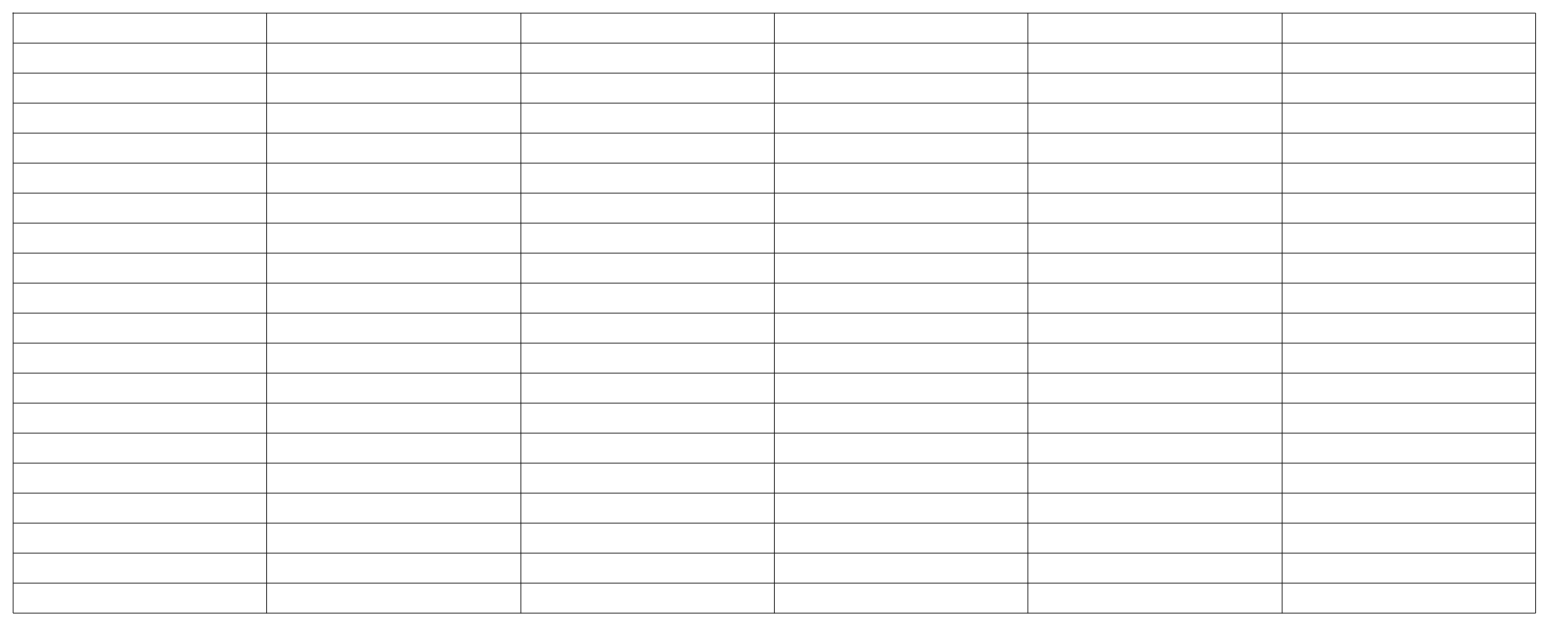
The draw.io diagram CodeCracking/BigO.drawio in tyk1hc/drawio, before the edit. Source tidied: cells renumbered, new cells numbered last; positions are measured from the earlier drawing's top-left corner, leaving out a move shared by most shapes. Both pictures are drawn from the tidied source at 75%, with x=0, y=0 at pixel (13, 13).
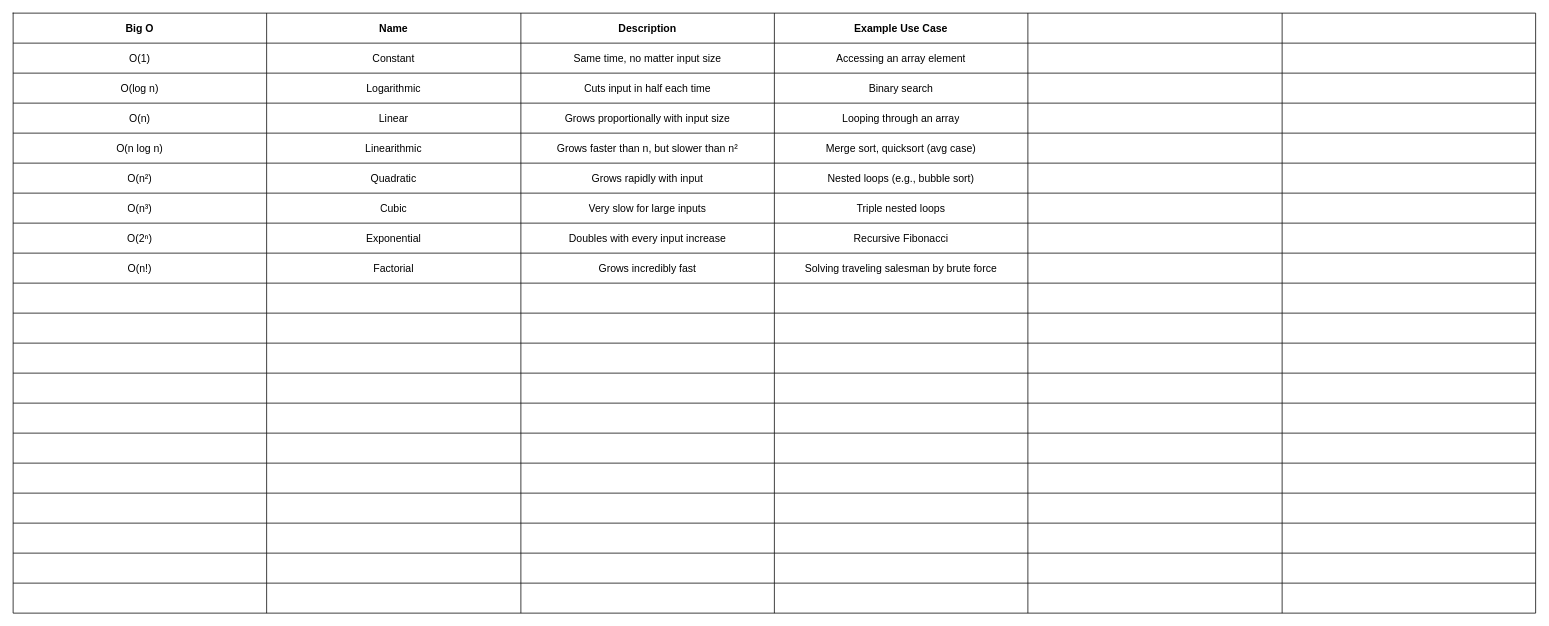
Above is the later version.

The change refers to these unchanged cells:
```xml
<mxCell id="3" style="shape=tableRow;horizontal=0;startSize=0;swimlaneHead=0;swimlaneBody=0;strokeColor=inherit;top=0;left=0;bottom=0;right=0;fillColor=none;" parent="2" vertex="1">
  <mxGeometry width="2030" height="40" as="geometry" />
</mxCell>
<mxCell id="10" style="shape=tableRow;horizontal=0;startSize=0;swimlaneHead=0;swimlaneBody=0;strokeColor=inherit;top=0;left=0;bottom=0;right=0;fillColor=none;" parent="2" vertex="1">
  <mxGeometry y="40" width="2030" height="40" as="geometry" />
</mxCell>
<mxCell id="17" style="shape=tableRow;horizontal=0;startSize=0;swimlaneHead=0;swimlaneBody=0;strokeColor=inherit;top=0;left=0;bottom=0;right=0;fillColor=none;" parent="2" vertex="1">
  <mxGeometry y="80" width="2030" height="40" as="geometry" />
</mxCell>
<mxCell id="24" style="shape=tableRow;horizontal=0;startSize=0;swimlaneHead=0;swimlaneBody=0;strokeColor=inherit;top=0;left=0;bottom=0;right=0;fillColor=none;" parent="2" vertex="1">
  <mxGeometry y="120" width="2030" height="40" as="geometry" />
</mxCell>
<mxCell id="31" style="shape=tableRow;horizontal=0;startSize=0;swimlaneHead=0;swimlaneBody=0;strokeColor=inherit;top=0;left=0;bottom=0;right=0;fillColor=none;" parent="2" vertex="1">
  <mxGeometry y="160" width="2030" height="40" as="geometry" />
</mxCell>
<mxCell id="38" style="shape=tableRow;horizontal=0;startSize=0;swimlaneHead=0;swimlaneBody=0;strokeColor=inherit;top=0;left=0;bottom=0;right=0;fillColor=none;" parent="2" vertex="1">
  <mxGeometry y="200" width="2030" height="40" as="geometry" />
</mxCell>
<mxCell id="45" style="shape=tableRow;horizontal=0;startSize=0;swimlaneHead=0;swimlaneBody=0;strokeColor=inherit;top=0;left=0;bottom=0;right=0;fillColor=none;" parent="2" vertex="1">
  <mxGeometry y="240" width="2030" height="40" as="geometry" />
</mxCell>
<mxCell id="52" style="shape=tableRow;horizontal=0;startSize=0;swimlaneHead=0;swimlaneBody=0;strokeColor=inherit;top=0;left=0;bottom=0;right=0;fillColor=none;" parent="2" vertex="1">
  <mxGeometry y="280" width="2030" height="40" as="geometry" />
</mxCell>
<mxCell id="59" style="shape=tableRow;horizontal=0;startSize=0;swimlaneHead=0;swimlaneBody=0;strokeColor=inherit;top=0;left=0;bottom=0;right=0;fillColor=none;" parent="2" vertex="1">
  <mxGeometry y="320" width="2030" height="40" as="geometry" />
</mxCell>
```

What changed in the source:
```diff
@@
-    <mxCell id="4" style="shape=partialRectangle;html=1;whiteSpace=wrap;strokeColor=inherit;overflow=hidden;fillColor=none;top=0;left=0;bottom=0;right=0;" parent="3" vertex="1">
+    <mxCell id="4" value="Big O" style="shape=partialRectangle;html=1;whiteSpace=wrap;strokeColor=inherit;overflow=hidden;fillColor=none;top=0;left=0;bottom=0;right=0;fontSize=14;fontStyle=1;" parent="3" vertex="1">
       <mxGeometry width="338" height="40" as="geometry" />
     </mxCell>
-    <mxCell id="5" style="shape=partialRectangle;html=1;whiteSpace=wrap;strokeColor=inherit;overflow=hidden;fillColor=none;top=0;left=0;bottom=0;right=0;" parent="3" vertex="1">
+    <mxCell id="5" value="Name" style="shape=partialRectangle;html=1;whiteSpace=wrap;strokeColor=inherit;overflow=hidden;fillColor=none;top=0;left=0;bottom=0;right=0;fontSize=14;fontStyle=1;" parent="3" vertex="1">
       <mxGeometry x="338" width="339" height="40" as="geometry" />
     </mxCell>
-    <mxCell id="6" style="shape=partialRectangle;html=1;whiteSpace=wrap;strokeColor=inherit;overflow=hidden;fillColor=none;top=0;left=0;bottom=0;right=0;" parent="3" vertex="1">
+    <mxCell id="6" value="Description" style="shape=partialRectangle;html=1;whiteSpace=wrap;strokeColor=inherit;overflow=hidden;fillColor=none;top=0;left=0;bottom=0;right=0;fontSize=14;fontStyle=1;" parent="3" vertex="1">
       <mxGeometry x="677" width="338" height="40" as="geometry" />
     </mxCell>
-    <mxCell id="7" style="shape=partialRectangle;html=1;whiteSpace=wrap;strokeColor=inherit;overflow=hidden;fillColor=none;top=0;left=0;bottom=0;right=0;" parent="3" vertex="1">
+    <mxCell id="7" value="Example Use Case" style="shape=partialRectangle;html=1;whiteSpace=wrap;strokeColor=inherit;overflow=hidden;fillColor=none;top=0;left=0;bottom=0;right=0;fontSize=14;fontStyle=1;" parent="3" vertex="1">
       <mxGeometry x="1015" width="338" height="40" as="geometry" />
     </mxCell>
-    <mxCell id="8" style="shape=partialRectangle;html=1;whiteSpace=wrap;strokeColor=inherit;overflow=hidden;fillColor=none;top=0;left=0;bottom=0;right=0;" parent="3" vertex="1">
+    <mxCell id="8" style="shape=partialRectangle;html=1;whiteSpace=wrap;strokeColor=inherit;overflow=hidden;fillColor=none;top=0;left=0;bottom=0;right=0;fontSize=14;fontStyle=1;" parent="3" vertex="1">
       <mxGeometry x="1353" width="339" height="40" as="geometry" />
     </mxCell>
@@
-    <mxCell id="11" style="shape=partialRectangle;html=1;whiteSpace=wrap;strokeColor=inherit;overflow=hidden;fillColor=none;top=0;left=0;bottom=0;right=0;" parent="10" vertex="1">
+    <mxCell id="11" value="O(1)" style="shape=partialRectangle;html=1;whiteSpace=wrap;strokeColor=inherit;overflow=hidden;fillColor=none;top=0;left=0;bottom=0;right=0;fontSize=14;" parent="10" vertex="1">
       <mxGeometry width="338" height="40" as="geometry" />
     </mxCell>
-    <mxCell id="12" style="shape=partialRectangle;html=1;whiteSpace=wrap;strokeColor=inherit;overflow=hidden;fillColor=none;top=0;left=0;bottom=0;right=0;" parent="10" vertex="1">
+    <mxCell id="12" value="Constant" style="shape=partialRectangle;html=1;whiteSpace=wrap;strokeColor=inherit;overflow=hidden;fillColor=none;top=0;left=0;bottom=0;right=0;fontSize=14;" parent="10" vertex="1">
       <mxGeometry x="338" width="339" height="40" as="geometry" />
     </mxCell>
-    <mxCell id="13" style="shape=partialRectangle;html=1;whiteSpace=wrap;strokeColor=inherit;overflow=hidden;fillColor=none;top=0;left=0;bottom=0;right=0;" parent="10" vertex="1">
+    <mxCell id="13" value="Same time, no matter input size" style="shape=partialRectangle;html=1;whiteSpace=wrap;strokeColor=inherit;overflow=hidden;fillColor=none;top=0;left=0;bottom=0;right=0;fontSize=14;" parent="10" vertex="1">
       <mxGeometry x="677" width="338" height="40" as="geometry" />
     </mxCell>
-    <mxCell id="14" style="shape=partialRectangle;html=1;whiteSpace=wrap;strokeColor=inherit;overflow=hidden;fillColor=none;top=0;left=0;bottom=0;right=0;" parent="10" vertex="1">
+    <mxCell id="14" value="Accessing an array element" style="shape=partialRectangle;html=1;whiteSpace=wrap;strokeColor=inherit;overflow=hidden;fillColor=none;top=0;left=0;bottom=0;right=0;fontSize=14;" parent="10" vertex="1">
       <mxGeometry x="1015" width="338" height="40" as="geometry" />
     </mxCell>
@@
-    <mxCell id="18" style="shape=partialRectangle;html=1;whiteSpace=wrap;strokeColor=inherit;overflow=hidden;fillColor=none;top=0;left=0;bottom=0;right=0;" parent="17" vertex="1">
+    <mxCell id="18" value="O(log n)" style="shape=partialRectangle;html=1;whiteSpace=wrap;strokeColor=inherit;overflow=hidden;fillColor=none;top=0;left=0;bottom=0;right=0;fontSize=14;" parent="17" vertex="1">
       <mxGeometry width="338" height="40" as="geometry" />
     </mxCell>
-    <mxCell id="19" style="shape=partialRectangle;html=1;whiteSpace=wrap;strokeColor=inherit;overflow=hidden;fillColor=none;top=0;left=0;bottom=0;right=0;" parent="17" vertex="1">
+    <mxCell id="19" value="Logarithmic" style="shape=partialRectangle;html=1;whiteSpace=wrap;strokeColor=inherit;overflow=hidden;fillColor=none;top=0;left=0;bottom=0;right=0;fontSize=14;" parent="17" vertex="1">
       <mxGeometry x="338" width="339" height="40" as="geometry" />
     </mxCell>
-    <mxCell id="20" style="shape=partialRectangle;html=1;whiteSpace=wrap;strokeColor=inherit;overflow=hidden;fillColor=none;top=0;left=0;bottom=0;right=0;" parent="17" vertex="1">
+    <mxCell id="20" value="Cuts input in half each time" style="shape=partialRectangle;html=1;whiteSpace=wrap;strokeColor=inherit;overflow=hidden;fillColor=none;top=0;left=0;bottom=0;right=0;fontSize=14;" parent="17" vertex="1">
       <mxGeometry x="677" width="338" height="40" as="geometry" />
     </mxCell>
-    <mxCell id="21" style="shape=partialRectangle;html=1;whiteSpace=wrap;strokeColor=inherit;overflow=hidden;fillColor=none;top=0;left=0;bottom=0;right=0;" parent="17" vertex="1">
+    <mxCell id="21" value="Binary search" style="shape=partialRectangle;html=1;whiteSpace=wrap;strokeColor=inherit;overflow=hidden;fillColor=none;top=0;left=0;bottom=0;right=0;fontSize=14;" parent="17" vertex="1">
       <mxGeometry x="1015" width="338" height="40" as="geometry" />
     </mxCell>
@@
-    <mxCell id="25" style="shape=partialRectangle;html=1;whiteSpace=wrap;strokeColor=inherit;overflow=hidden;fillColor=none;top=0;left=0;bottom=0;right=0;" parent="24" vertex="1">
+    <mxCell id="25" value="O(n)" style="shape=partialRectangle;html=1;whiteSpace=wrap;strokeColor=inherit;overflow=hidden;fillColor=none;top=0;left=0;bottom=0;right=0;fontSize=14;" parent="24" vertex="1">
       <mxGeometry width="338" height="40" as="geometry" />
     </mxCell>
-    <mxCell id="26" style="shape=partialRectangle;html=1;whiteSpace=wrap;strokeColor=inherit;overflow=hidden;fillColor=none;top=0;left=0;bottom=0;right=0;" parent="24" vertex="1">
+    <mxCell id="26" value="Linear" style="shape=partialRectangle;html=1;whiteSpace=wrap;strokeColor=inherit;overflow=hidden;fillColor=none;top=0;left=0;bottom=0;right=0;fontSize=14;" parent="24" vertex="1">
       <mxGeometry x="338" width="339" height="40" as="geometry" />
     </mxCell>
-    <mxCell id="27" style="shape=partialRectangle;html=1;whiteSpace=wrap;strokeColor=inherit;overflow=hidden;fillColor=none;top=0;left=0;bottom=0;right=0;" parent="24" vertex="1">
+    <mxCell id="27" value="Grows proportionally with input size" style="shape=partialRectangle;html=1;whiteSpace=wrap;strokeColor=inherit;overflow=hidden;fillColor=none;top=0;left=0;bottom=0;right=0;fontSize=14;" parent="24" vertex="1">
       <mxGeometry x="677" width="338" height="40" as="geometry" />
     </mxCell>
-    <mxCell id="28" style="shape=partialRectangle;html=1;whiteSpace=wrap;strokeColor=inherit;overflow=hidden;fillColor=none;top=0;left=0;bottom=0;right=0;" parent="24" vertex="1">
+    <mxCell id="28" value="Looping through an array" style="shape=partialRectangle;html=1;whiteSpace=wrap;strokeColor=inherit;overflow=hidden;fillColor=none;top=0;left=0;bottom=0;right=0;fontSize=14;" parent="24" vertex="1">
       <mxGeometry x="1015" width="338" height="40" as="geometry" />
     </mxCell>
@@
-    <mxCell id="32" style="shape=partialRectangle;html=1;whiteSpace=wrap;strokeColor=inherit;overflow=hidden;fillColor=none;top=0;left=0;bottom=0;right=0;" parent="31" vertex="1">
+    <mxCell id="32" value="O(n log n)" style="shape=partialRectangle;html=1;whiteSpace=wrap;strokeColor=inherit;overflow=hidden;fillColor=none;top=0;left=0;bottom=0;right=0;fontSize=14;" parent="31" vertex="1">
       <mxGeometry width="338" height="40" as="geometry" />
     </mxCell>
-    <mxCell id="33" style="shape=partialRectangle;html=1;whiteSpace=wrap;strokeColor=inherit;overflow=hidden;fillColor=none;top=0;left=0;bottom=0;right=0;" parent="31" vertex="1">
+    <mxCell id="33" value="Linearithmic" style="shape=partialRectangle;html=1;whiteSpace=wrap;strokeColor=inherit;overflow=hidden;fillColor=none;top=0;left=0;bottom=0;right=0;fontSize=14;" parent="31" vertex="1">
       <mxGeometry x="338" width="339" height="40" as="geometry" />
     </mxCell>
-    <mxCell id="34" style="shape=partialRectangle;html=1;whiteSpace=wrap;strokeColor=inherit;overflow=hidden;fillColor=none;top=0;left=0;bottom=0;right=0;" parent="31" vertex="1">
+    <mxCell id="34" value="Grows faster than n, but slower than n²" style="shape=partialRectangle;html=1;whiteSpace=wrap;strokeColor=inherit;overflow=hidden;fillColor=none;top=0;left=0;bottom=0;right=0;fontSize=14;" parent="31" vertex="1">
       <mxGeometry x="677" width="338" height="40" as="geometry" />
     </mxCell>
-    <mxCell id="35" style="shape=partialRectangle;html=1;whiteSpace=wrap;strokeColor=inherit;overflow=hidden;fillColor=none;top=0;left=0;bottom=0;right=0;" parent="31" vertex="1">
+    <mxCell id="35" value="Merge sort, quicksort (avg case)" style="shape=partialRectangle;html=1;whiteSpace=wrap;strokeColor=inherit;overflow=hidden;fillColor=none;top=0;left=0;bottom=0;right=0;fontSize=14;" parent="31" vertex="1">
       <mxGeometry x="1015" width="338" height="40" as="geometry" />
     </mxCell>
@@
-    <mxCell id="39" style="shape=partialRectangle;html=1;whiteSpace=wrap;strokeColor=inherit;overflow=hidden;fillColor=none;top=0;left=0;bottom=0;right=0;" parent="38" vertex="1">
+    <mxCell id="39" value="O(n²)" style="shape=partialRectangle;html=1;whiteSpace=wrap;strokeColor=inherit;overflow=hidden;fillColor=none;top=0;left=0;bottom=0;right=0;fontSize=14;" parent="38" vertex="1">
       <mxGeometry width="338" height="40" as="geometry" />
     </mxCell>
-    <mxCell id="40" style="shape=partialRectangle;html=1;whiteSpace=wrap;strokeColor=inherit;overflow=hidden;fillColor=none;top=0;left=0;bottom=0;right=0;" parent="38" vertex="1">
+    <mxCell id="40" value="Quadratic" style="shape=partialRectangle;html=1;whiteSpace=wrap;strokeColor=inherit;overflow=hidden;fillColor=none;top=0;left=0;bottom=0;right=0;fontSize=14;" parent="38" vertex="1">
       <mxGeometry x="338" width="339" height="40" as="geometry" />
     </mxCell>
-    <mxCell id="41" style="shape=partialRectangle;html=1;whiteSpace=wrap;strokeColor=inherit;overflow=hidden;fillColor=none;top=0;left=0;bottom=0;right=0;" parent="38" vertex="1">
+    <mxCell id="41" value="Grows rapidly with input" style="shape=partialRectangle;html=1;whiteSpace=wrap;strokeColor=inherit;overflow=hidden;fillColor=none;top=0;left=0;bottom=0;right=0;fontSize=14;" parent="38" vertex="1">
       <mxGeometry x="677" width="338" height="40" as="geometry" />
     </mxCell>
-    <mxCell id="42" style="shape=partialRectangle;html=1;whiteSpace=wrap;strokeColor=inherit;overflow=hidden;fillColor=none;top=0;left=0;bottom=0;right=0;" parent="38" vertex="1">
+    <mxCell id="42" value="Nested loops (e.g., bubble sort)" style="shape=partialRectangle;html=1;whiteSpace=wrap;strokeColor=inherit;overflow=hidden;fillColor=none;top=0;left=0;bottom=0;right=0;fontSize=14;" parent="38" vertex="1">
       <mxGeometry x="1015" width="338" height="40" as="geometry" />
     </mxCell>
@@
-    <mxCell id="46" style="shape=partialRectangle;html=1;whiteSpace=wrap;strokeColor=inherit;overflow=hidden;fillColor=none;top=0;left=0;bottom=0;right=0;" parent="45" vertex="1">
+    <mxCell id="46" value="O(n³)" style="shape=partialRectangle;html=1;whiteSpace=wrap;strokeColor=inherit;overflow=hidden;fillColor=none;top=0;left=0;bottom=0;right=0;fontSize=14;" parent="45" vertex="1">
       <mxGeometry width="338" height="40" as="geometry" />
     </mxCell>
-    <mxCell id="47" style="shape=partialRectangle;html=1;whiteSpace=wrap;strokeColor=inherit;overflow=hidden;fillColor=none;top=0;left=0;bottom=0;right=0;" parent="45" vertex="1">
+    <mxCell id="47" value="Cubic" style="shape=partialRectangle;html=1;whiteSpace=wrap;strokeColor=inherit;overflow=hidden;fillColor=none;top=0;left=0;bottom=0;right=0;fontSize=14;" parent="45" vertex="1">
       <mxGeometry x="338" width="339" height="40" as="geometry" />
     </mxCell>
-    <mxCell id="48" style="shape=partialRectangle;html=1;whiteSpace=wrap;strokeColor=inherit;overflow=hidden;fillColor=none;top=0;left=0;bottom=0;right=0;" parent="45" vertex="1">
+    <mxCell id="48" value="Very slow for large inputs" style="shape=partialRectangle;html=1;whiteSpace=wrap;strokeColor=inherit;overflow=hidden;fillColor=none;top=0;left=0;bottom=0;right=0;fontSize=14;" parent="45" vertex="1">
       <mxGeometry x="677" width="338" height="40" as="geometry" />
     </mxCell>
-    <mxCell id="49" style="shape=partialRectangle;html=1;whiteSpace=wrap;strokeColor=inherit;overflow=hidden;fillColor=none;top=0;left=0;bottom=0;right=0;" parent="45" vertex="1">
+    <mxCell id="49" value="Triple nested loops" style="shape=partialRectangle;html=1;whiteSpace=wrap;strokeColor=inherit;overflow=hidden;fillColor=none;top=0;left=0;bottom=0;right=0;fontSize=14;" parent="45" vertex="1">
       <mxGeometry x="1015" width="338" height="40" as="geometry" />
     </mxCell>
@@
-    <mxCell id="53" style="shape=partialRectangle;html=1;whiteSpace=wrap;strokeColor=inherit;overflow=hidden;fillColor=none;top=0;left=0;bottom=0;right=0;" parent="52" vertex="1">
+    <mxCell id="53" value="O(2ⁿ)" style="shape=partialRectangle;html=1;whiteSpace=wrap;strokeColor=inherit;overflow=hidden;fillColor=none;top=0;left=0;bottom=0;right=0;fontSize=14;" parent="52" vertex="1">
       <mxGeometry width="338" height="40" as="geometry" />
     </mxCell>
-    <mxCell id="54" style="shape=partialRectangle;html=1;whiteSpace=wrap;strokeColor=inherit;overflow=hidden;fillColor=none;top=0;left=0;bottom=0;right=0;" parent="52" vertex="1">
+    <mxCell id="54" value="Exponential" style="shape=partialRectangle;html=1;whiteSpace=wrap;strokeColor=inherit;overflow=hidden;fillColor=none;top=0;left=0;bottom=0;right=0;fontSize=14;" parent="52" vertex="1">
       <mxGeometry x="338" width="339" height="40" as="geometry" />
     </mxCell>
-    <mxCell id="55" style="shape=partialRectangle;html=1;whiteSpace=wrap;strokeColor=inherit;overflow=hidden;fillColor=none;top=0;left=0;bottom=0;right=0;" parent="52" vertex="1">
+    <mxCell id="55" value="Doubles with every input increase" style="shape=partialRectangle;html=1;whiteSpace=wrap;strokeColor=inherit;overflow=hidden;fillColor=none;top=0;left=0;bottom=0;right=0;fontSize=14;" parent="52" vertex="1">
       <mxGeometry x="677" width="338" height="40" as="geometry" />
     </mxCell>
-    <mxCell id="56" style="shape=partialRectangle;html=1;whiteSpace=wrap;strokeColor=inherit;overflow=hidden;fillColor=none;top=0;left=0;bottom=0;right=0;" parent="52" vertex="1">
+    <mxCell id="56" value="Recursive Fibonacci" style="shape=partialRectangle;html=1;whiteSpace=wrap;strokeColor=inherit;overflow=hidden;fillColor=none;top=0;left=0;bottom=0;right=0;fontSize=14;" parent="52" vertex="1">
       <mxGeometry x="1015" width="338" height="40" as="geometry" />
     </mxCell>
@@
-    <mxCell id="60" style="shape=partialRectangle;html=1;whiteSpace=wrap;strokeColor=inherit;overflow=hidden;fillColor=none;top=0;left=0;bottom=0;right=0;" parent="59" vertex="1">
+    <mxCell id="60" value="O(n!)" style="shape=partialRectangle;html=1;whiteSpace=wrap;strokeColor=inherit;overflow=hidden;fillColor=none;top=0;left=0;bottom=0;right=0;fontSize=14;" parent="59" vertex="1">
       <mxGeometry width="338" height="40" as="geometry" />
     </mxCell>
-    <mxCell id="61" style="shape=partialRectangle;html=1;whiteSpace=wrap;strokeColor=inherit;overflow=hidden;fillColor=none;top=0;left=0;bottom=0;right=0;" parent="59" vertex="1">
+    <mxCell id="61" value="Factorial" style="shape=partialRectangle;html=1;whiteSpace=wrap;strokeColor=inherit;overflow=hidden;fillColor=none;top=0;left=0;bottom=0;right=0;fontSize=14;" parent="59" vertex="1">
       <mxGeometry x="338" width="339" height="40" as="geometry" />
     </mxCell>
-    <mxCell id="62" style="shape=partialRectangle;html=1;whiteSpace=wrap;strokeColor=inherit;overflow=hidden;fillColor=none;top=0;left=0;bottom=0;right=0;" parent="59" vertex="1">
+    <mxCell id="62" value="Grows incredibly fast" style="shape=partialRectangle;html=1;whiteSpace=wrap;strokeColor=inherit;overflow=hidden;fillColor=none;top=0;left=0;bottom=0;right=0;fontSize=14;" parent="59" vertex="1">
       <mxGeometry x="677" width="338" height="40" as="geometry" />
     </mxCell>
-    <mxCell id="63" style="shape=partialRectangle;html=1;whiteSpace=wrap;strokeColor=inherit;overflow=hidden;fillColor=none;top=0;left=0;bottom=0;right=0;" parent="59" vertex="1">
+    <mxCell id="63" value="Solving traveling salesman by brute force" style="shape=partialRectangle;html=1;whiteSpace=wrap;strokeColor=inherit;overflow=hidden;fillColor=none;top=0;left=0;bottom=0;right=0;fontSize=14;" parent="59" vertex="1">
       <mxGeometry x="1015" width="338" height="40" as="geometry" />
     </mxCell>
```
